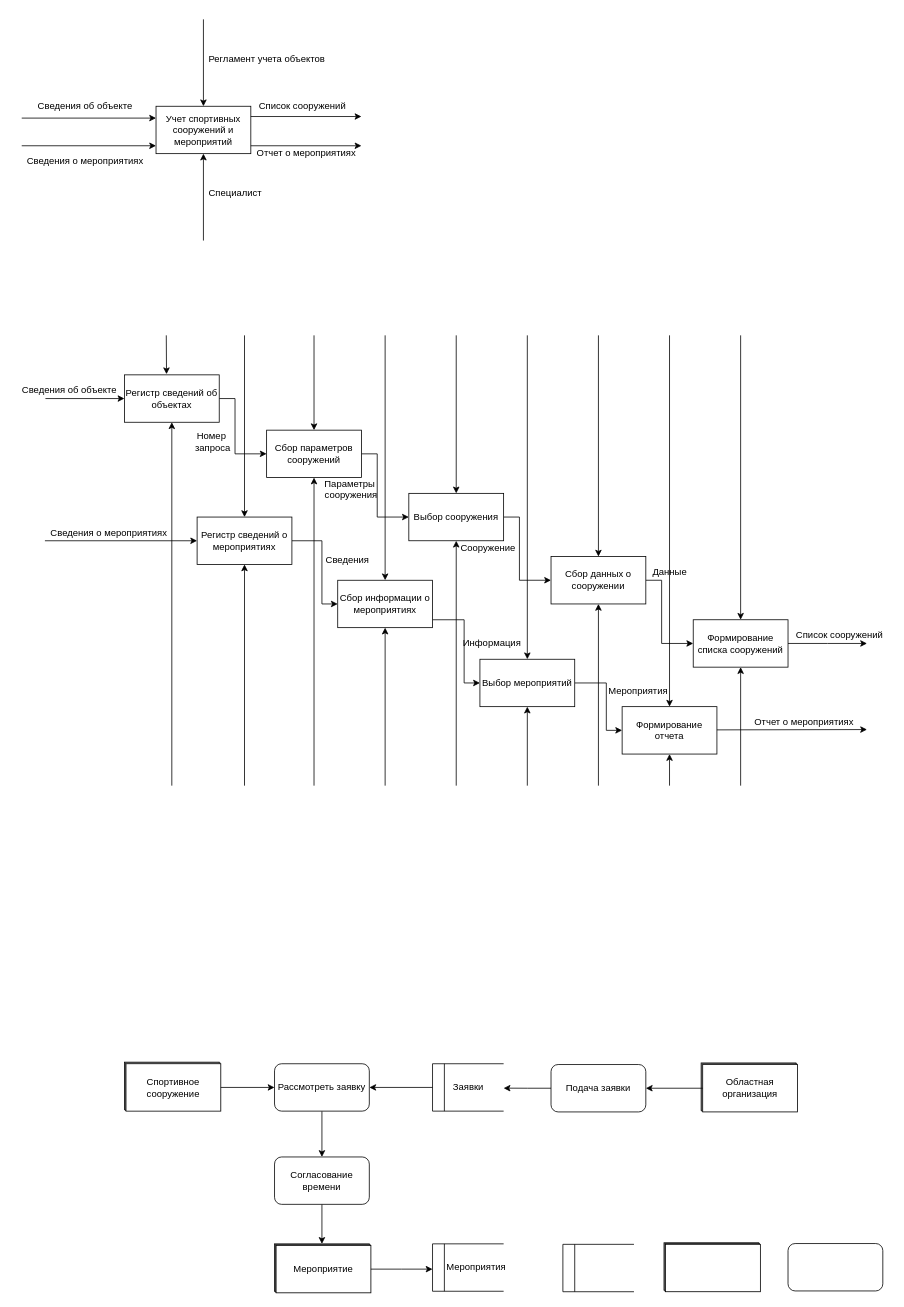
RGNGIT/DBStructCourse keeps this draw.io diagram as Untitled Diagram.drawio. Above is the earlier version. Source tidied: cells renumbered, new cells numbered last; positions are measured from the earlier drawing's top-left corner, leaving out a move shared by most shapes. Both pictures are drawn from the tidied source at 79%, with x=0, y=0 at pixel (13, 19).
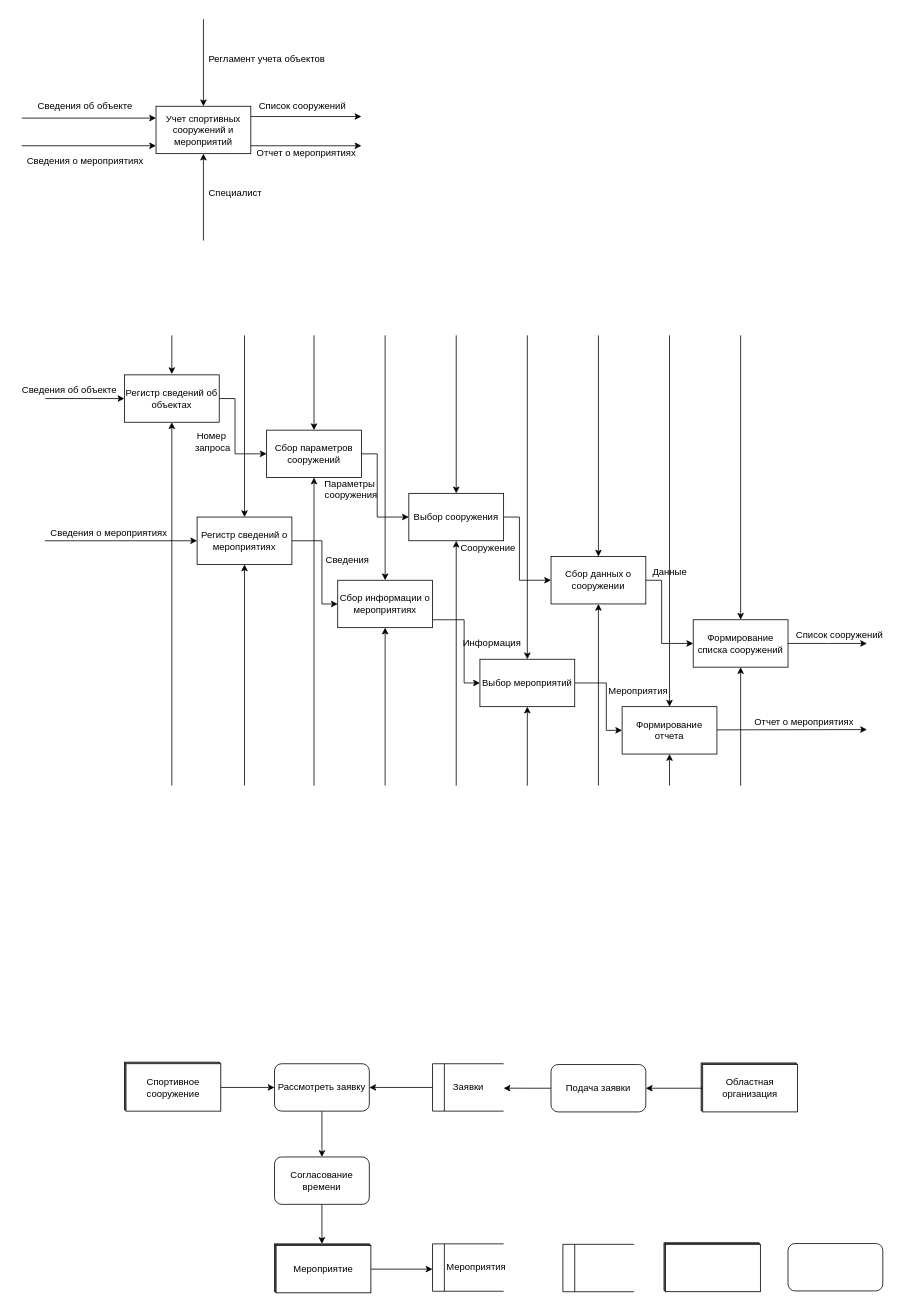
Above is the later version.

The change refers to these unchanged cells:
```xml
<mxCell id="14" value="Регистр сведений об объектах" style="rounded=0;whiteSpace=wrap;html=1;" parent="1" vertex="1">
  <mxGeometry x="140" y="450" width="120" height="60" as="geometry" />
</mxCell>
```

Diff of the diagram source:
```diff
@@
-    <mxCell id="37" style="endArrow=classic;html=1;entryX=0.444;entryY=-0.014;entryDx=0;entryDy=0;entryPerimeter=0;" parent="1" edge="1" target="14">
+    <mxCell id="37" style="endArrow=classic;html=1;" parent="1" edge="1">
       <mxGeometry relative="1" as="geometry">
-        <mxPoint x="193" y="400" as="sourcePoint" />
+        <mxPoint x="200" y="400" as="sourcePoint" />
+        <mxPoint x="200" y="449" as="targetPoint" />
       </mxGeometry>
     </mxCell>
```
